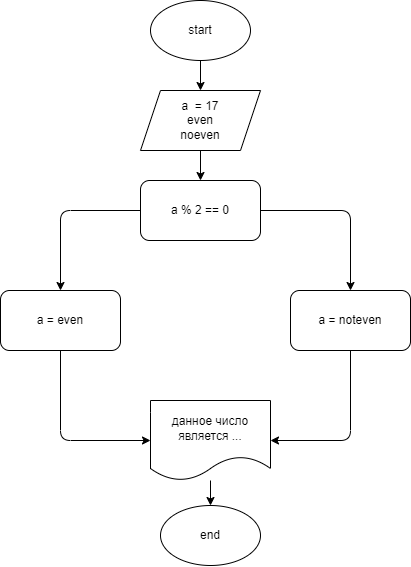
The draw.io diagram Lessons01/Examples/Task006/diagram.drawio.png in Mypulse/dotnet, before a commit. Source tidied: cells renumbered, new cells last; positions are measured from the earlier drawing's top-left corner, leaving out a move shared by most shapes.
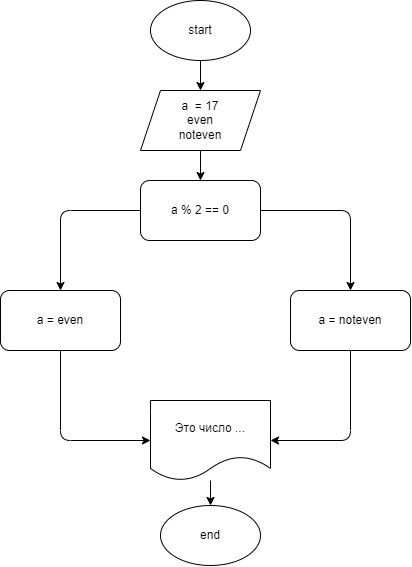
The same diagram one commit later.

Commit message:
Решение задачи №3

The edit, as a diff of the source:
```diff
@@ -11,7 +11,7 @@
     <mxCell id="4" style="edgeStyle=none;html=1;" parent="1" edge="1" source="5" target="8">
       <mxGeometry relative="1" as="geometry" />
     </mxCell>
-    <mxCell id="5" value="a&amp;nbsp; = 17&lt;br&gt;even&lt;br&gt;noeven" style="shape=parallelogram;perimeter=parallelogramPerimeter;whiteSpace=wrap;html=1;fixedSize=1;" parent="1" vertex="1">
+    <mxCell id="5" value="a&amp;nbsp; = 17&lt;br&gt;even&lt;br&gt;noteven" style="shape=parallelogram;perimeter=parallelogramPerimeter;whiteSpace=wrap;html=1;fixedSize=1;" parent="1" vertex="1">
       <mxGeometry x="140" y="90" width="120" height="60" as="geometry" />
     </mxCell>
     <mxCell id="6" style="edgeStyle=none;html=1;" parent="1" edge="1" source="8" target="10">
@@ -54,7 +54,7 @@
     <mxCell id="13" style="edgeStyle=none;html=1;entryX=0.5;entryY=0;entryDx=0;entryDy=0;" parent="1" edge="1" source="14" target="15">
       <mxGeometry relative="1" as="geometry" />
     </mxCell>
-    <mxCell id="14" value="данное число является ..." style="shape=document;whiteSpace=wrap;html=1;boundedLbl=1;" parent="1" vertex="1">
+    <mxCell id="14" value="Это число ..." style="shape=document;whiteSpace=wrap;html=1;boundedLbl=1;" parent="1" vertex="1">
       <mxGeometry x="150" y="400" width="120" height="80" as="geometry" />
     </mxCell>
     <mxCell id="15" value="end" style="ellipse;whiteSpace=wrap;html=1;" parent="1" vertex="1">
```
